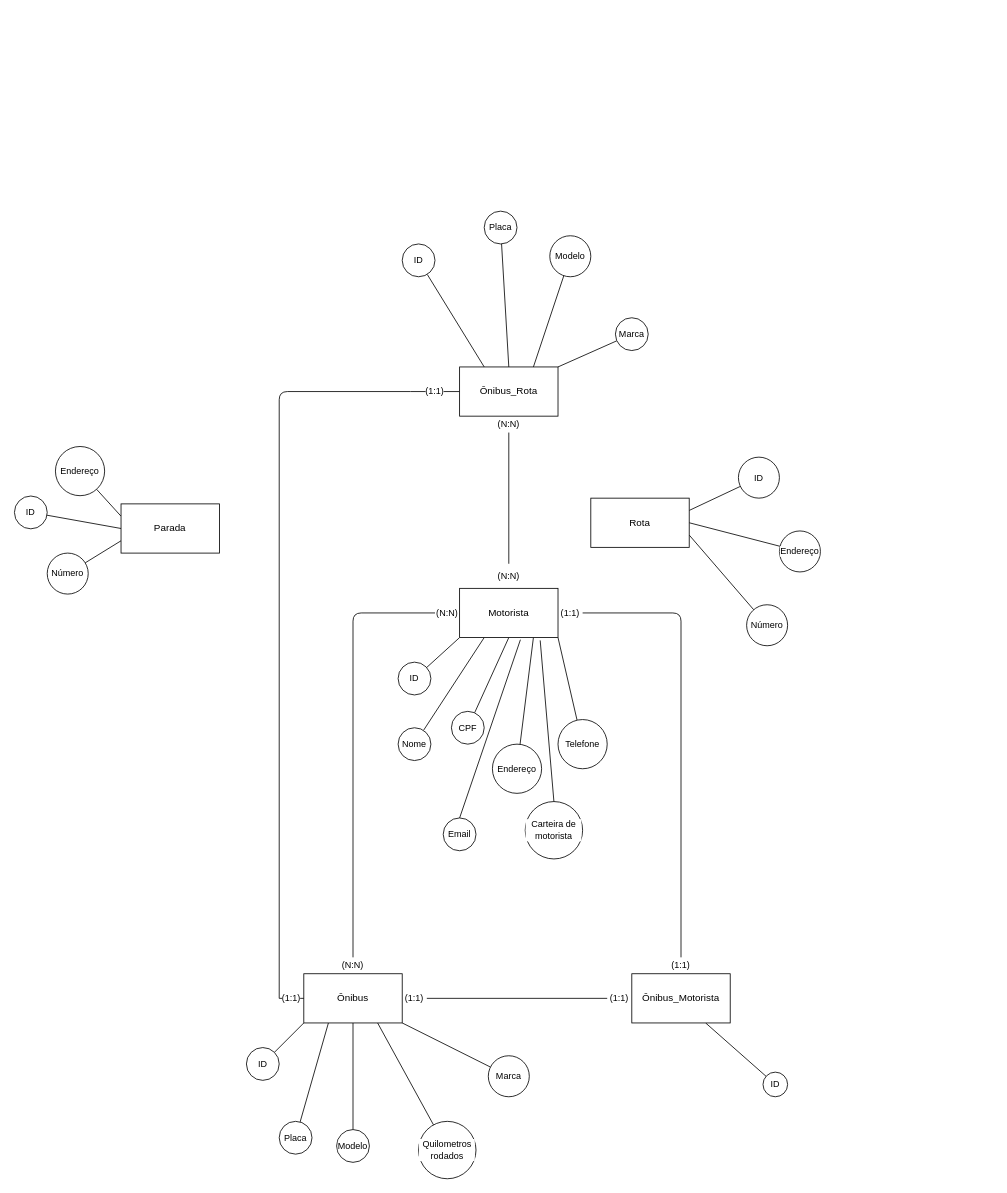
This is page "Sistema de Gestão de Transporte Público" (2 of 2) of BD/Exercicios_DER/exercicios_DER_3.drawio from marcel-aita/DEVNOITE, a draw.io file, before an edit. Source tidied: cells renumbered, new cells numbered last; positions are measured from the earlier drawing's top-left corner, leaving out a move shared by most shapes. Both pictures are drawn from the tidied source at 82%, with x=0, y=0 at pixel (14, 211).
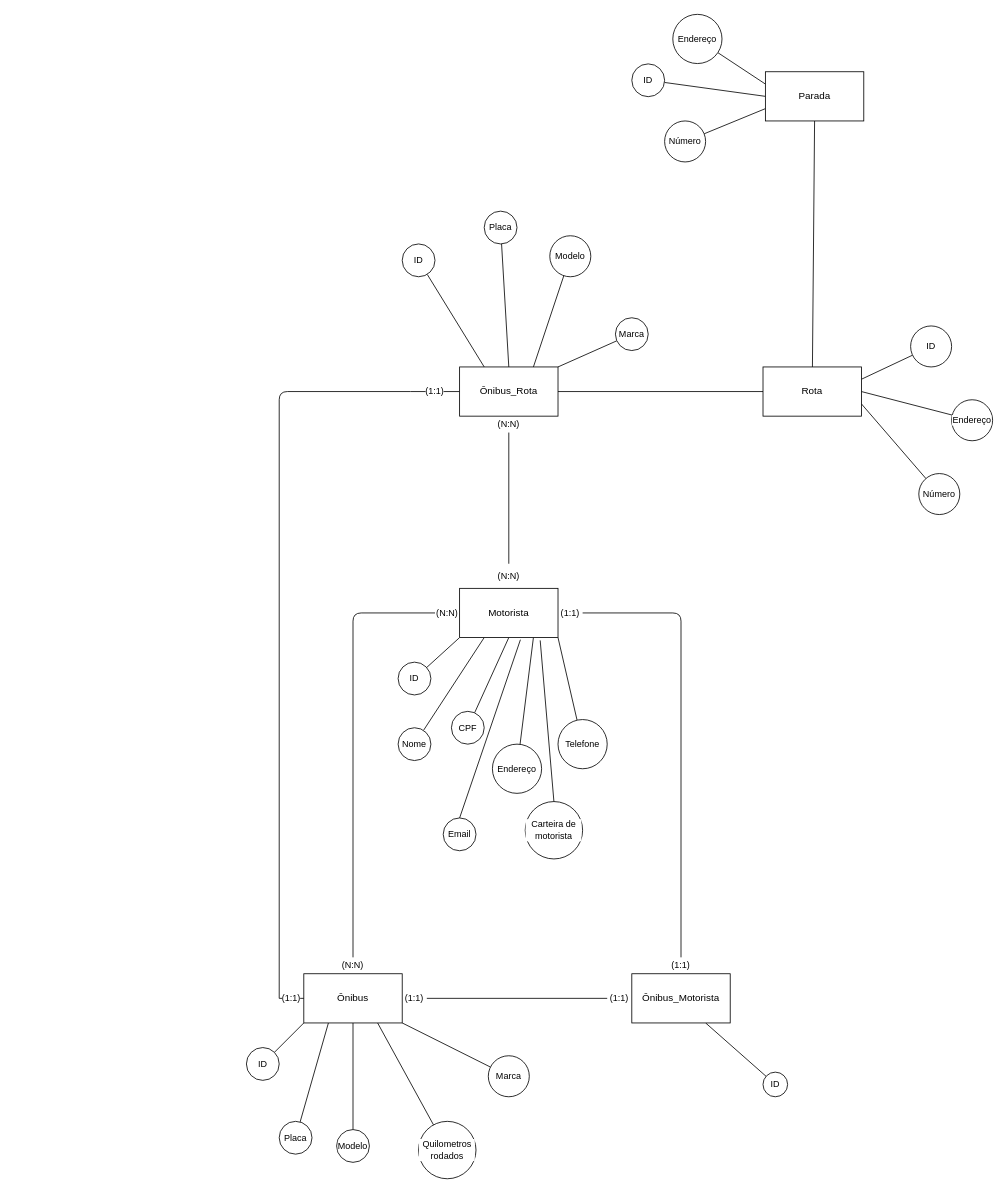
The same page after the edit.

The change refers to these unchanged cells:
```xml
<mxCell id="29" value="Ônibus_Rota" style="rounded=0;whiteSpace=wrap;html=1;" parent="1" vertex="1">
  <mxGeometry x="543" y="190" width="120" height="60" as="geometry" />
</mxCell>
```

What changed in the source:
```diff
@@
+    <mxCell id="79" style="edgeStyle=none;shape=connector;rounded=1;html=1;exitX=0;exitY=0.5;exitDx=0;exitDy=0;entryX=1;entryY=0.5;entryDx=0;entryDy=0;strokeColor=default;align=center;verticalAlign=middle;fontFamily=Helvetica;fontSize=11;fontColor=default;labelBackgroundColor=default;endArrow=none;endFill=0;" parent="1" edge="1" source="24" target="29">
+      <mxGeometry relative="1" as="geometry" />
+    </mxCell>
     <mxCell id="24" value="Rota" style="rounded=0;whiteSpace=wrap;html=1;" parent="1" vertex="1">
-      <mxGeometry x="703" y="350" width="120" height="60" as="geometry" />
+      <mxGeometry x="913" y="190" width="120" height="60" as="geometry" />
     </mxCell>
@@
+    <mxCell id="80" style="edgeStyle=none;shape=connector;rounded=1;html=1;exitX=0.5;exitY=1;exitDx=0;exitDy=0;strokeColor=default;align=center;verticalAlign=middle;fontFamily=Helvetica;fontSize=11;fontColor=default;labelBackgroundColor=default;endArrow=none;endFill=0;" parent="1" edge="1" source="33" target="24">
+      <mxGeometry relative="1" as="geometry" />
+    </mxCell>
     <mxCell id="33" value="Parada" style="rounded=0;whiteSpace=wrap;html=1;" parent="1" vertex="1">
-      <mxGeometry x="130.1" y="357" width="120" height="60" as="geometry" />
+      <mxGeometry x="915.9" y="-170" width="120" height="60" as="geometry" />
     </mxCell>
     <mxCell id="34" style="edgeStyle=none;shape=connector;rounded=1;html=1;exitX=0;exitY=0.5;exitDx=0;exitDy=0;entryX=1;entryY=0.5;entryDx=0;entryDy=0;strokeColor=default;align=center;verticalAlign=middle;fontFamily=Helvetica;fontSize=11;fontColor=default;labelBackgroundColor=default;endArrow=none;endFill=0;" parent="1" edge="1">
       <mxGeometry relative="1" as="geometry">
-        <mxPoint x="280.1" y="497" as="sourcePoint" />
-        <mxPoint x="280.1" y="497" as="targetPoint" />
+        <mxPoint x="1033" y="-30" as="sourcePoint" />
+        <mxPoint x="1033" y="-30" as="targetPoint" />
       </mxGeometry>
     </mxCell>
@@
     <mxCell id="50" value="ID" style="ellipse;whiteSpace=wrap;html=1;fontFamily=Helvetica;fontSize=11;fontColor=default;labelBackgroundColor=default;" parent="1" vertex="1">
-      <mxGeometry x="0.1" y="347.4" width="40" height="40" as="geometry" />
+      <mxGeometry x="753" y="-179.6" width="40" height="40" as="geometry" />
     </mxCell>
     <mxCell id="51" value="Endereço" style="ellipse;whiteSpace=wrap;html=1;fontFamily=Helvetica;fontSize=11;fontColor=default;labelBackgroundColor=default;" parent="1" vertex="1">
-      <mxGeometry x="50.1" y="287" width="60" height="60" as="geometry" />
+      <mxGeometry x="803" y="-240" width="60" height="60" as="geometry" />
     </mxCell>
     <mxCell id="52" value="Número" style="ellipse;whiteSpace=wrap;html=1;fontFamily=Helvetica;fontSize=11;fontColor=default;labelBackgroundColor=default;" parent="1" vertex="1">
-      <mxGeometry x="40.1" y="417" width="50" height="50" as="geometry" />
+      <mxGeometry x="793" y="-110" width="50" height="50" as="geometry" />
     </mxCell>
     <mxCell id="53" value="ID" style="ellipse;whiteSpace=wrap;html=1;fontFamily=Helvetica;fontSize=11;fontColor=default;labelBackgroundColor=default;" parent="1" vertex="1">
-      <mxGeometry x="883" y="300" width="50" height="50" as="geometry" />
+      <mxGeometry x="1093" y="140" width="50" height="50" as="geometry" />
     </mxCell>
     <mxCell id="54" value="Endereço" style="ellipse;whiteSpace=wrap;html=1;fontFamily=Helvetica;fontSize=11;fontColor=default;labelBackgroundColor=default;" parent="1" vertex="1">
-      <mxGeometry x="933" y="390" width="50" height="50" as="geometry" />
+      <mxGeometry x="1143" y="230" width="50" height="50" as="geometry" />
     </mxCell>
     <mxCell id="55" value="Número" style="ellipse;whiteSpace=wrap;html=1;fontFamily=Helvetica;fontSize=11;fontColor=default;labelBackgroundColor=default;" parent="1" vertex="1">
-      <mxGeometry x="893" y="480" width="50" height="50" as="geometry" />
+      <mxGeometry x="1103" y="320" width="50" height="50" as="geometry" />
     </mxCell>
```
